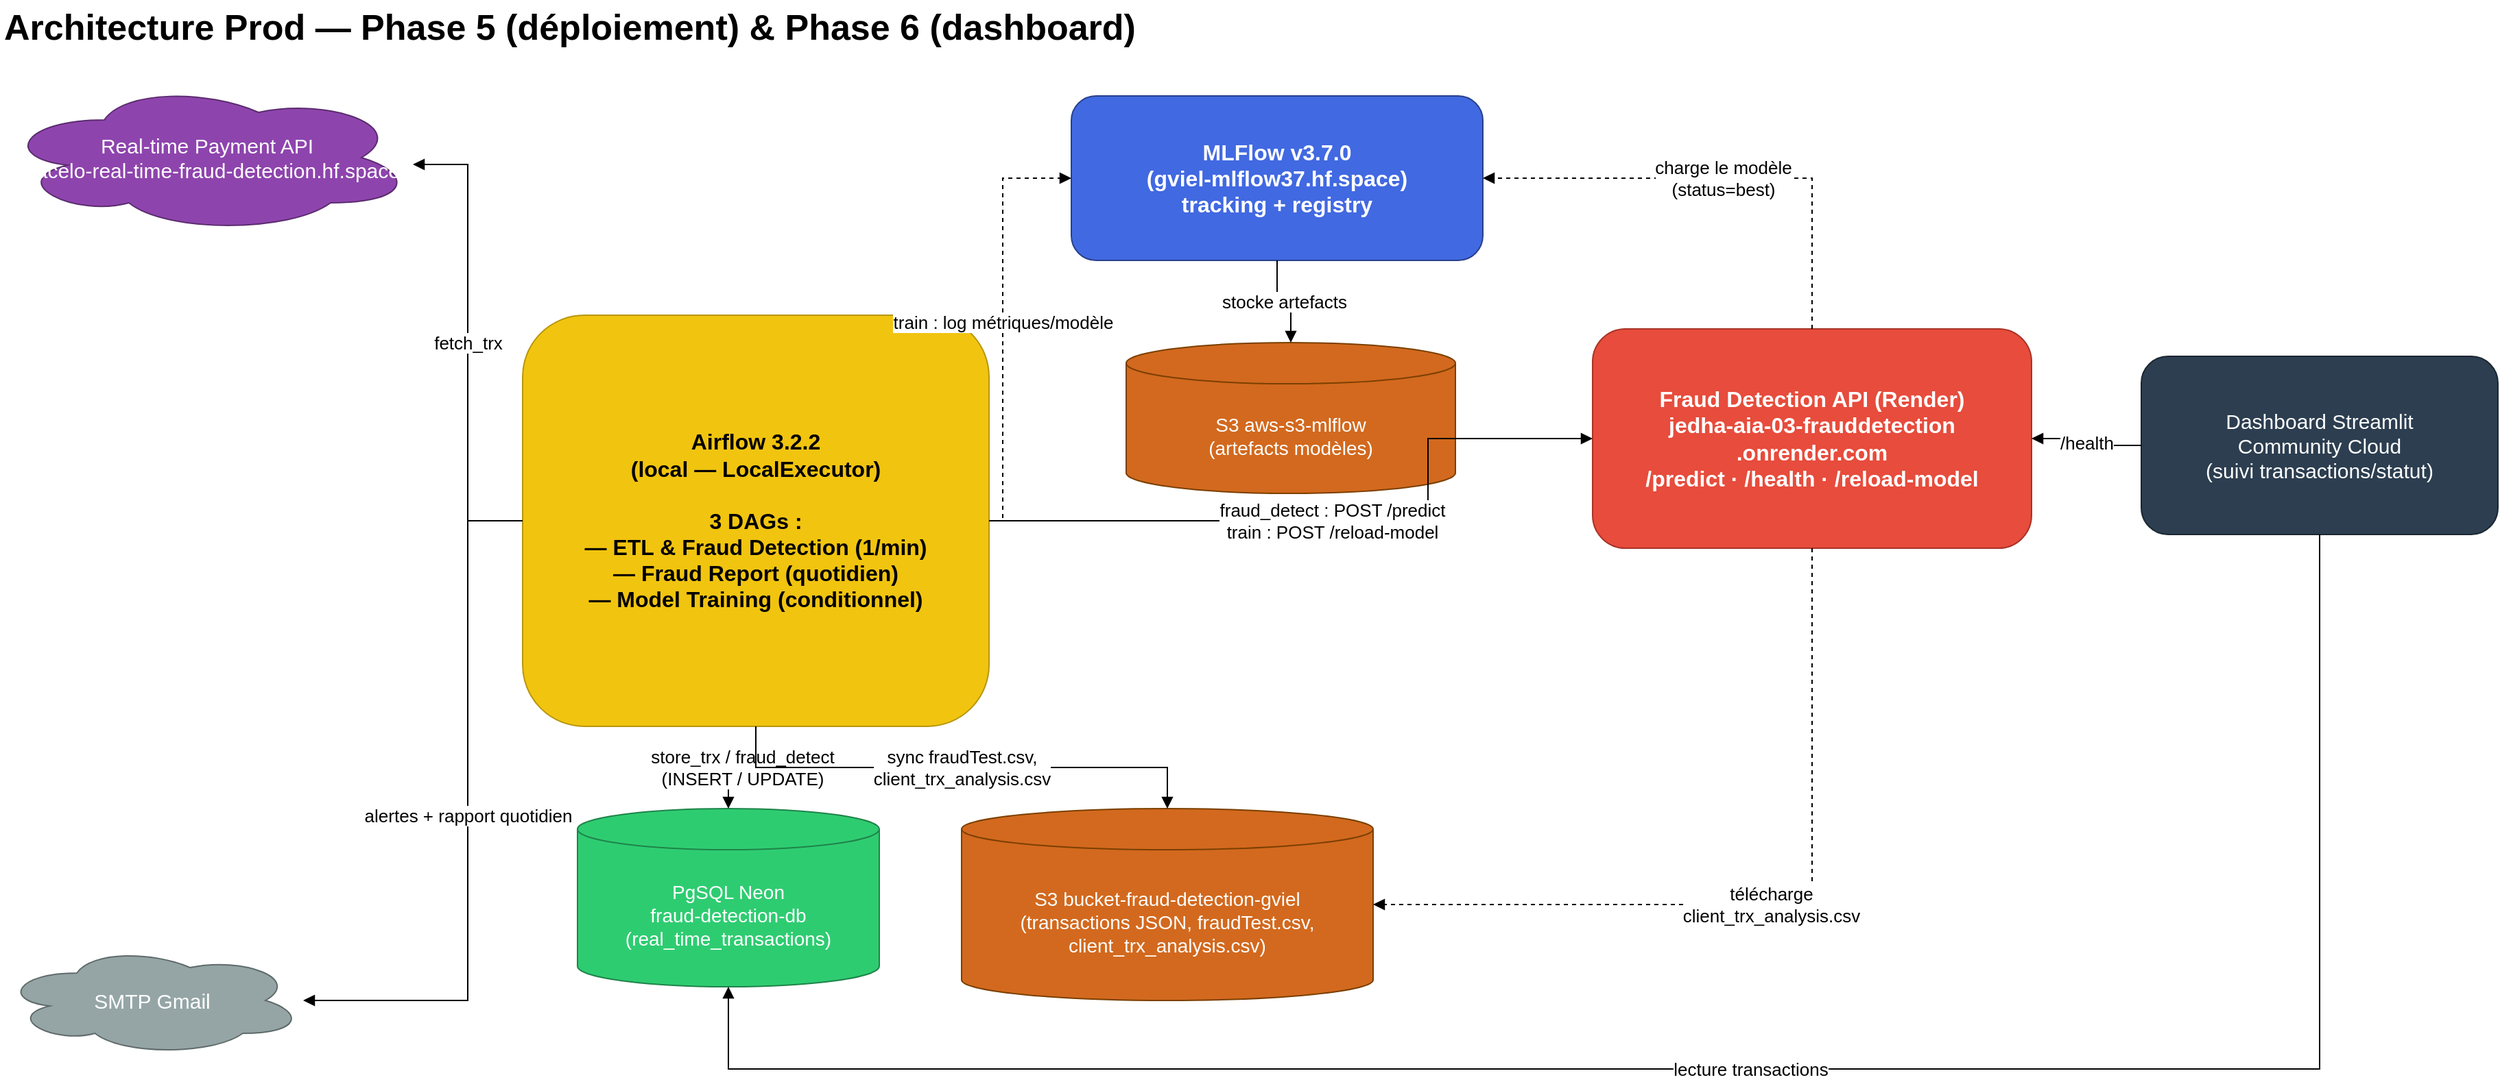
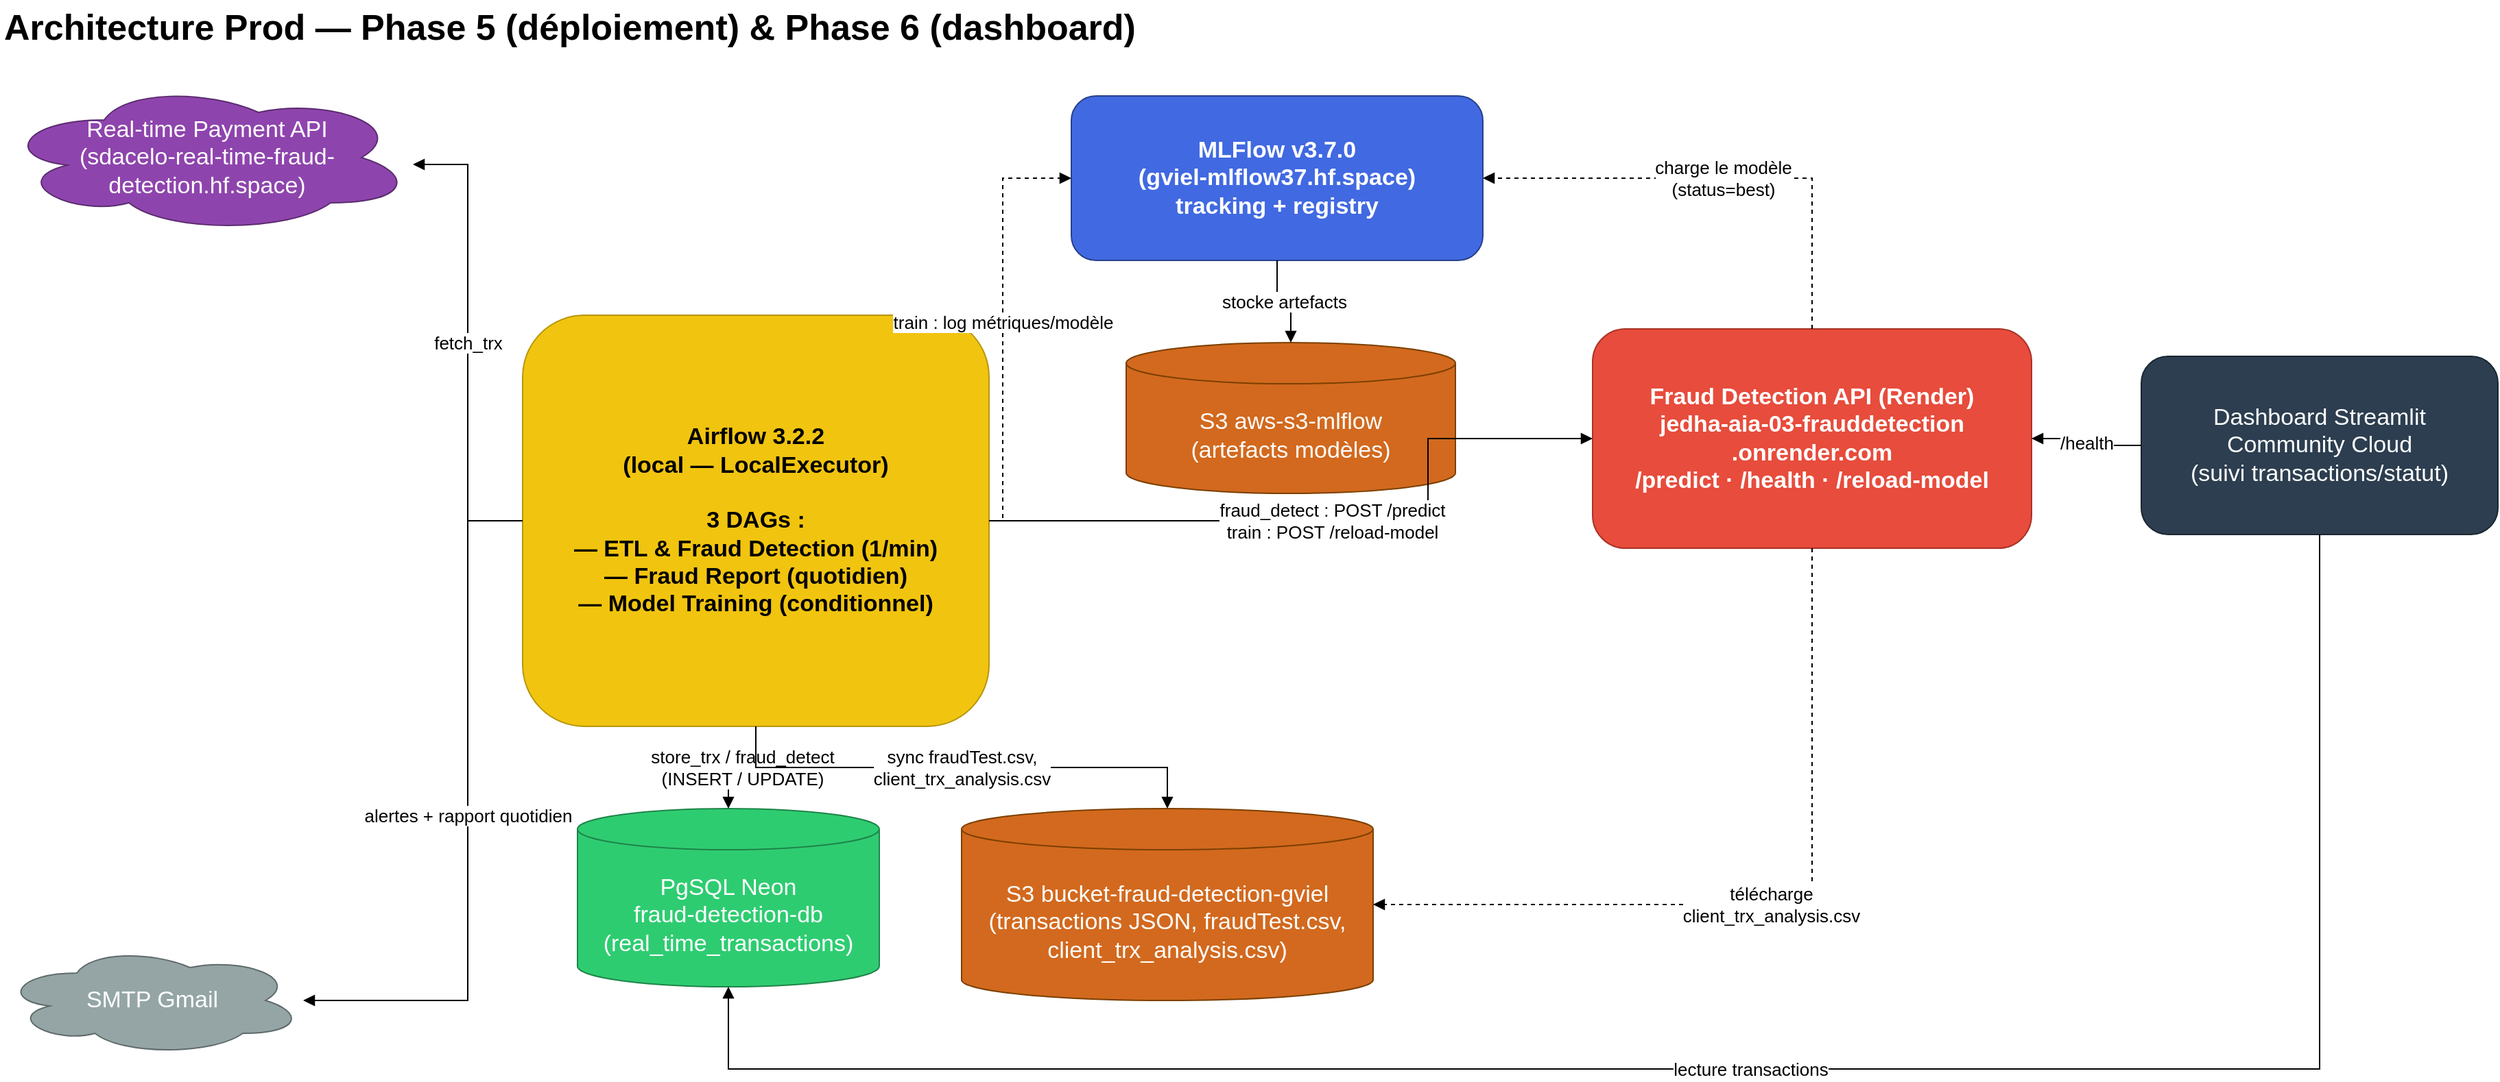
<mxfile host="app.diagrams.net" agent="claude-code" version="24.0.0">
  <diagram id="prod-architecture" name="Architecture Prod (Phase 5-6)">
    <mxGraphModel dx="1600" dy="900" grid="1" gridSize="10" guides="1" tooltips="1" connect="1" arrows="1" fold="1" page="1" pageScale="1" pageWidth="1920" pageHeight="850" math="0" shadow="0">
      <root>
        <mxCell id="0" />
        <mxCell id="1" parent="0" />

        <!-- Title -->
        <mxCell id="title" value="Architecture Prod — Phase 5 (déploiement) &amp; Phase 6 (dashboard)" style="text;html=1;fontSize=26;fontStyle=1;align=left;verticalAlign=middle;" vertex="1" parent="1">
          <mxGeometry x="40" y="10" width="1000" height="40" as="geometry" />
        </mxCell>

        <!-- External systems -->
-         <mxCell id="jedha" value="Real-time Payment API&#10;(sdacelo-real-time-fraud-detection.hf.space)" style="shape=cloud;whiteSpace=wrap;html=1;fillColor=#8e44ad;strokeColor=#5b2c6f;fontColor=#ffffff;fontSize=15;" vertex="1" parent="1">
+         <mxCell id="jedha" value="Real-time Payment API&#10;(sdacelo-real-time-fraud-detection.hf.space)" style="shape=cloud;whiteSpace=wrap;html=1;fillColor=#8e44ad;strokeColor=#5b2c6f;fontColor=#ffffff;fontSize=17;" vertex="1" parent="1">
          <mxGeometry x="40" y="70" width="300" height="110" as="geometry" />
        </mxCell>
-         <mxCell id="smtp" value="SMTP Gmail" style="shape=cloud;whiteSpace=wrap;html=1;fillColor=#95a5a6;strokeColor=#5f6a6a;fontColor=#ffffff;fontSize=15;" vertex="1" parent="1">
+         <mxCell id="smtp" value="SMTP Gmail" style="shape=cloud;whiteSpace=wrap;html=1;fillColor=#95a5a6;strokeColor=#5f6a6a;fontColor=#ffffff;fontSize=17;" vertex="1" parent="1">
          <mxGeometry x="40" y="700" width="220" height="80" as="geometry" />
        </mxCell>

        <!-- Airflow (single block, local) -->
-         <mxCell id="airflow" value="Airflow 3.2.2&#10;(local — LocalExecutor)&#10;&#10;3 DAGs :&#10;— ETL &amp; Fraud Detection (1/min)&#10;— Fraud Report (quotidien)&#10;— Model Training (conditionnel)" style="rounded=1;whiteSpace=wrap;html=1;fillColor=#f1c40f;strokeColor=#b7950b;fontSize=16;fontStyle=1;align=center;verticalAlign=middle;" vertex="1" parent="1">
+         <mxCell id="airflow" value="Airflow 3.2.2&#10;(local — LocalExecutor)&#10;&#10;3 DAGs :&#10;— ETL &amp; Fraud Detection (1/min)&#10;— Fraud Report (quotidien)&#10;— Model Training (conditionnel)" style="rounded=1;whiteSpace=wrap;html=1;fillColor=#f1c40f;strokeColor=#b7950b;fontSize=17;fontStyle=1;align=center;verticalAlign=middle;" vertex="1" parent="1">
          <mxGeometry x="420" y="240" width="340" height="300" as="geometry" />
        </mxCell>

        <!-- Data layer -->
-         <mxCell id="neon" value="PgSQL Neon&#10;fraud-detection-db&#10;(real_time_transactions)" style="shape=cylinder3;whiteSpace=wrap;html=1;boundedLbl=1;backgroundOutline=1;size=15;fillColor=#2ecc71;strokeColor=#1e8449;fontColor=#ffffff;fontSize=14;" vertex="1" parent="1">
+         <mxCell id="neon" value="PgSQL Neon&#10;fraud-detection-db&#10;(real_time_transactions)" style="shape=cylinder3;whiteSpace=wrap;html=1;boundedLbl=1;backgroundOutline=1;size=15;fillColor=#2ecc71;strokeColor=#1e8449;fontColor=#ffffff;fontSize=17;" vertex="1" parent="1">
          <mxGeometry x="460" y="600" width="220" height="130" as="geometry" />
        </mxCell>
-         <mxCell id="s3Trx" value="S3 bucket-fraud-detection-gviel&#10;(transactions JSON, fraudTest.csv,&#10;client_trx_analysis.csv)" style="shape=cylinder3;whiteSpace=wrap;html=1;boundedLbl=1;backgroundOutline=1;size=15;fillColor=#d2691e;strokeColor=#7b3f00;fontColor=#ffffff;fontSize=14;" vertex="1" parent="1">
+         <mxCell id="s3Trx" value="S3 bucket-fraud-detection-gviel&#10;(transactions JSON, fraudTest.csv,&#10;client_trx_analysis.csv)" style="shape=cylinder3;whiteSpace=wrap;html=1;boundedLbl=1;backgroundOutline=1;size=15;fillColor=#d2691e;strokeColor=#7b3f00;fontColor=#ffffff;fontSize=17;" vertex="1" parent="1">
          <mxGeometry x="740" y="600" width="300" height="140" as="geometry" />
        </mxCell>

        <!-- MLFlow + artifact store -->
-         <mxCell id="mlflow" value="MLFlow v3.7.0&#10;(gviel-mlflow37.hf.space)&#10;tracking + registry" style="rounded=1;whiteSpace=wrap;html=1;fillColor=#4169e1;strokeColor=#27408b;fontColor=#ffffff;fontSize=16;fontStyle=1;" vertex="1" parent="1">
+         <mxCell id="mlflow" value="MLFlow v3.7.0&#10;(gviel-mlflow37.hf.space)&#10;tracking + registry" style="rounded=1;whiteSpace=wrap;html=1;fillColor=#4169e1;strokeColor=#27408b;fontColor=#ffffff;fontSize=17;fontStyle=1;" vertex="1" parent="1">
          <mxGeometry x="820" y="80" width="300" height="120" as="geometry" />
        </mxCell>
-         <mxCell id="s3Mlflow" value="S3 aws-s3-mlflow&#10;(artefacts modèles)" style="shape=cylinder3;whiteSpace=wrap;html=1;boundedLbl=1;backgroundOutline=1;size=15;fillColor=#d2691e;strokeColor=#7b3f00;fontColor=#ffffff;fontSize=14;" vertex="1" parent="1">
+         <mxCell id="s3Mlflow" value="S3 aws-s3-mlflow&#10;(artefacts modèles)" style="shape=cylinder3;whiteSpace=wrap;html=1;boundedLbl=1;backgroundOutline=1;size=15;fillColor=#d2691e;strokeColor=#7b3f00;fontColor=#ffffff;fontSize=17;" vertex="1" parent="1">
          <mxGeometry x="860" y="260" width="240" height="110" as="geometry" />
        </mxCell>

        <!-- Fraud Detection API (Render) -->
-         <mxCell id="renderApi" value="Fraud Detection API (Render)&#10;jedha-aia-03-frauddetection&#10;.onrender.com&#10;/predict · /health · /reload-model" style="rounded=1;whiteSpace=wrap;html=1;fillColor=#e74c3c;strokeColor=#a93226;fontColor=#ffffff;fontSize=16;fontStyle=1;" vertex="1" parent="1">
+         <mxCell id="renderApi" value="Fraud Detection API (Render)&#10;jedha-aia-03-frauddetection&#10;.onrender.com&#10;/predict · /health · /reload-model" style="rounded=1;whiteSpace=wrap;html=1;fillColor=#e74c3c;strokeColor=#a93226;fontColor=#ffffff;fontSize=17;fontStyle=1;" vertex="1" parent="1">
          <mxGeometry x="1200" y="250" width="320" height="160" as="geometry" />
        </mxCell>

        <!-- Streamlit Dashboard -->
-         <mxCell id="dashboard" value="Dashboard Streamlit&#10;Community Cloud&#10;(suivi transactions/statut)" style="rounded=1;whiteSpace=wrap;html=1;fillColor=#2c3e50;strokeColor=#1b2631;fontColor=#ffffff;fontSize=15;" vertex="1" parent="1">
+         <mxCell id="dashboard" value="Dashboard Streamlit&#10;Community Cloud&#10;(suivi transactions/statut)" style="rounded=1;whiteSpace=wrap;html=1;fillColor=#2c3e50;strokeColor=#1b2631;fontColor=#ffffff;fontSize=17;" vertex="1" parent="1">
          <mxGeometry x="1600" y="270" width="260" height="130" as="geometry" />
        </mxCell>

        <!-- Edges: Airflow -->
        <mxCell id="e1" value="fetch_trx" style="edgeStyle=orthogonalEdgeStyle;rounded=0;html=1;endArrow=block;fontSize=13;" edge="1" parent="1" source="airflow" target="jedha">
          <mxGeometry relative="1" as="geometry">
            <Array as="points">
              <mxPoint x="380" y="130" />
            </Array>
          </mxGeometry>
        </mxCell>

        <mxCell id="e2" value="store_trx / fraud_detect&#10;(INSERT / UPDATE)" style="edgeStyle=orthogonalEdgeStyle;rounded=0;html=1;endArrow=block;fontSize=13;" edge="1" parent="1" source="airflow" target="neon">
          <mxGeometry relative="1" as="geometry" />
        </mxCell>

        <mxCell id="e3" value="sync fraudTest.csv,&#10;client_trx_analysis.csv" style="edgeStyle=orthogonalEdgeStyle;rounded=0;html=1;endArrow=block;fontSize=13;" edge="1" parent="1" source="airflow" target="s3Trx">
          <mxGeometry relative="1" as="geometry" />
        </mxCell>

        <mxCell id="e4" value="fraud_detect : POST /predict&#10;train : POST /reload-model" style="edgeStyle=orthogonalEdgeStyle;rounded=0;html=1;endArrow=block;fontSize=13;" edge="1" parent="1" source="airflow" target="renderApi">
          <mxGeometry relative="1" as="geometry">
            <Array as="points">
              <mxPoint x="1080" y="390" />
            </Array>
          </mxGeometry>
        </mxCell>

        <mxCell id="e5" value="train : log métriques/modèle" style="edgeStyle=orthogonalEdgeStyle;rounded=0;html=1;endArrow=block;fontSize=13;dashed=1;" edge="1" parent="1" source="airflow" target="mlflow">
          <mxGeometry relative="1" as="geometry">
            <Array as="points">
              <mxPoint x="770" y="140" />
            </Array>
          </mxGeometry>
        </mxCell>

        <mxCell id="e6" value="alertes + rapport quotidien" style="edgeStyle=orthogonalEdgeStyle;rounded=0;html=1;endArrow=block;fontSize=13;" edge="1" parent="1" source="airflow" target="smtp">
          <mxGeometry relative="1" as="geometry">
            <Array as="points">
              <mxPoint x="380" y="740" />
            </Array>
          </mxGeometry>
        </mxCell>

        <!-- Edges: MLFlow -->
        <mxCell id="e7" value="stocke artefacts" style="edgeStyle=orthogonalEdgeStyle;rounded=0;html=1;endArrow=block;fontSize=13;" edge="1" parent="1" source="mlflow" target="s3Mlflow">
          <mxGeometry relative="1" as="geometry" />
        </mxCell>

        <!-- Edges: Render API -->
        <mxCell id="e8" value="charge le modèle&#10;(status=best)" style="edgeStyle=orthogonalEdgeStyle;rounded=0;html=1;endArrow=block;fontSize=13;dashed=1;" edge="1" parent="1" source="renderApi" target="mlflow">
          <mxGeometry relative="1" as="geometry">
            <Array as="points">
              <mxPoint x="1360" y="140" />
            </Array>
          </mxGeometry>
        </mxCell>

        <mxCell id="e9" value="télécharge&#10;client_trx_analysis.csv" style="edgeStyle=orthogonalEdgeStyle;rounded=0;html=1;endArrow=block;fontSize=13;dashed=1;" edge="1" parent="1" source="renderApi" target="s3Trx">
          <mxGeometry relative="1" as="geometry">
            <Array as="points">
              <mxPoint x="1360" y="670" />
            </Array>
          </mxGeometry>
        </mxCell>

        <!-- Edges: Dashboard -->
        <mxCell id="e10" value="lecture transactions" style="edgeStyle=orthogonalEdgeStyle;rounded=0;html=1;endArrow=block;fontSize=13;" edge="1" parent="1" source="dashboard" target="neon">
          <mxGeometry relative="1" as="geometry">
            <Array as="points">
              <mxPoint x="1730" y="790" />
              <mxPoint x="570" y="790" />
            </Array>
          </mxGeometry>
        </mxCell>

        <mxCell id="e11" value="/health" style="edgeStyle=orthogonalEdgeStyle;rounded=0;html=1;endArrow=block;fontSize=13;" edge="1" parent="1" source="dashboard" target="renderApi">
          <mxGeometry relative="1" as="geometry" />
        </mxCell>

      </root>
    </mxGraphModel>
  </diagram>
</mxfile>
